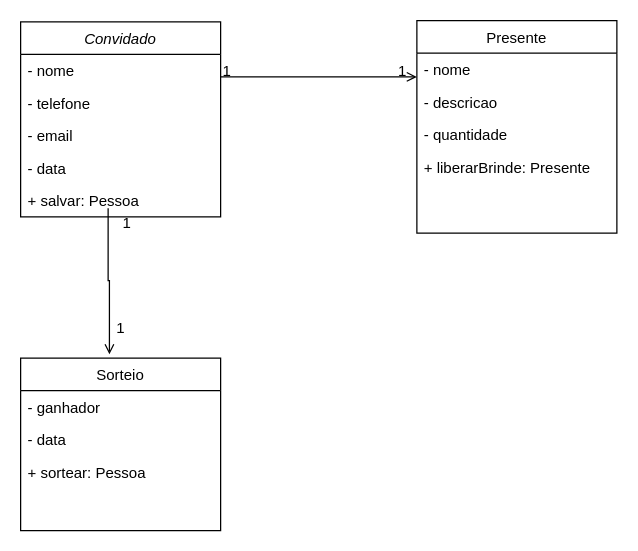
Above: diagrama.drawio in fabribh/cha-de-fralda (draw.io), before the change. Source tidied: cells renumbered, new cells numbered last; positions are measured from the earlier drawing's top-left corner, leaving out a move shared by most shapes. Both pictures are drawn from the tidied source at 125%, with x=0, y=0 at pixel (20, 20).
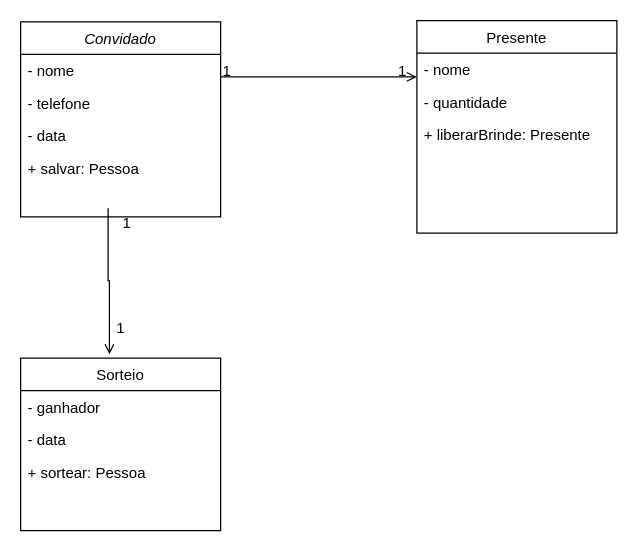
Above is the later version.

Unchanged cells that the change refers to:
```xml
<mxCell id="5" value="Convidado&#10;" style="swimlane;fontStyle=2;align=center;verticalAlign=top;horizontal=1;startSize=26;rounded=0;shadow=0;strokeWidth=1;" parent="1" vertex="1">
  <mxGeometry y="1" width="160" height="156" as="geometry" />
</mxCell>
<mxCell id="15" value="Presente&#10;&#10;" style="swimlane;fontStyle=0;align=center;verticalAlign=top;horizontal=1;startSize=26;rounded=0;shadow=0;strokeWidth=1;" parent="1" vertex="1">
  <mxGeometry x="317" width="160" height="170" as="geometry" />
</mxCell>
```

What changed in the source:
```diff
@@
-    <mxCell id="8" value="- email" style="text;align=left;verticalAlign=top;spacingLeft=4;spacingRight=4;overflow=hidden;rounded=0;shadow=0;html=0;" parent="5" vertex="1">
-      <mxGeometry y="78" width="160" height="26" as="geometry" />
-    </mxCell>
     <mxCell id="9" value="- data" style="text;align=left;verticalAlign=top;spacingLeft=4;spacingRight=4;overflow=hidden;rounded=0;shadow=0;html=0;" parent="5" vertex="1">
-      <mxGeometry y="104" width="160" height="26" as="geometry" />
+      <mxGeometry y="78" width="160" height="26" as="geometry" />
     </mxCell>
     <mxCell id="10" value="+ salvar: Pessoa" style="text;align=left;verticalAlign=top;spacingLeft=4;spacingRight=4;overflow=hidden;rounded=0;shadow=0;html=0;" parent="5" vertex="1">
-      <mxGeometry y="130" width="160" height="26" as="geometry" />
+      <mxGeometry y="104" width="160" height="26" as="geometry" />
     </mxCell>
@@
-    <mxCell id="17" value="- descricao" style="text;align=left;verticalAlign=top;spacingLeft=4;spacingRight=4;overflow=hidden;" parent="15" vertex="1">
-      <mxGeometry y="52" width="160" height="26" as="geometry" />
-    </mxCell>
     <mxCell id="18" value="- quantidade" style="text;align=left;verticalAlign=top;spacingLeft=4;spacingRight=4;overflow=hidden;" parent="15" vertex="1">
-      <mxGeometry y="78" width="160" height="26" as="geometry" />
+      <mxGeometry y="52" width="160" height="26" as="geometry" />
     </mxCell>
     <mxCell id="19" value="+ liberarBrinde: Presente" style="text;align=left;verticalAlign=top;spacingLeft=4;spacingRight=4;overflow=hidden;" parent="15" vertex="1">
-      <mxGeometry y="104" width="160" height="26" as="geometry" />
+      <mxGeometry y="78" width="160" height="26" as="geometry" />
     </mxCell>
```
